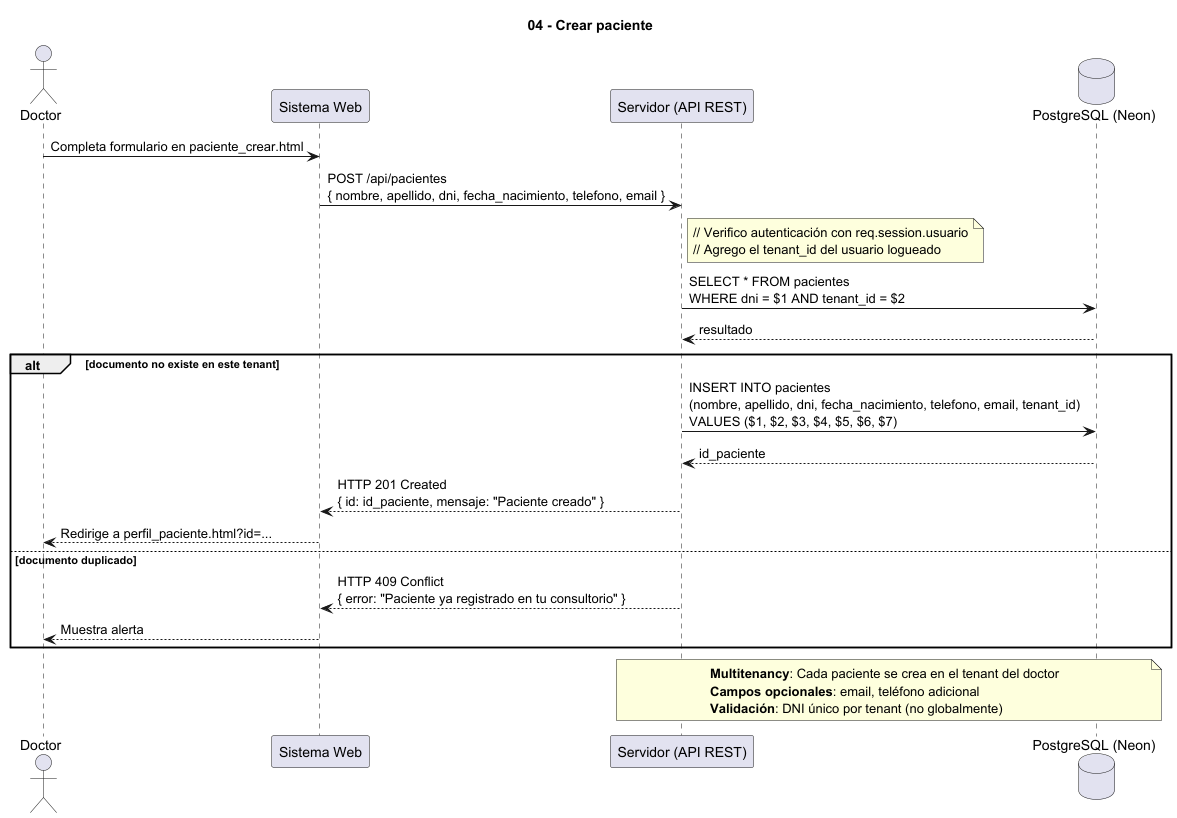
marcostoledo96/mvp_historias-clinicas keeps this PlantUML diagram as docs/Imagenes_UML/04_Crear_paciente.png. Above is the earlier version.
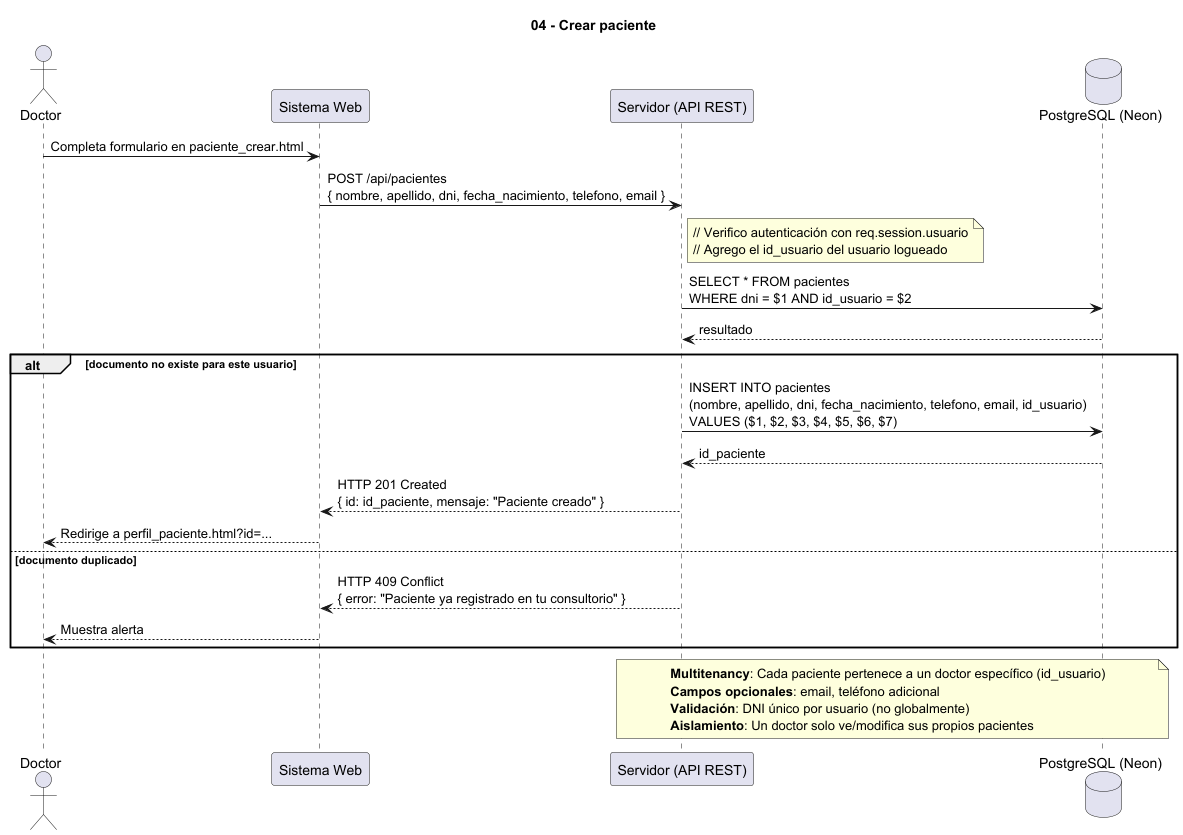
The same file after the commit.

What changed in the source:
```diff
@@ -11,14 +11,14 @@
 
 note right of Server
   // Verifico autenticación con req.session.usuario
-  // Agrego el tenant_id del usuario logueado
+  // Agrego el id_usuario del usuario logueado
 end note
 
-Server -> DB : SELECT * FROM pacientes\nWHERE dni = $1 AND tenant_id = $2
+Server -> DB : SELECT * FROM pacientes\nWHERE dni = $1 AND id_usuario = $2
 DB --> Server : resultado
 
-alt documento no existe en este tenant
-  Server -> DB : INSERT INTO pacientes\n(nombre, apellido, dni, fecha_nacimiento, telefono, email, tenant_id)\nVALUES ($1, $2, $3, $4, $5, $6, $7)
+alt documento no existe para este usuario
+  Server -> DB : INSERT INTO pacientes\n(nombre, apellido, dni, fecha_nacimiento, telefono, email, id_usuario)\nVALUES ($1, $2, $3, $4, $5, $6, $7)
   DB --> Server : id_paciente
 
   Server --> Web : HTTP 201 Created\n{ id: id_paciente, mensaje: "Paciente creado" }
@@ -30,9 +30,10 @@
 end
 
 note over Server, DB
-  **Multitenancy**: Cada paciente se crea en el tenant del doctor
+  **Multitenancy**: Cada paciente pertenece a un doctor específico (id_usuario)
   **Campos opcionales**: email, teléfono adicional
-  **Validación**: DNI único por tenant (no globalmente)
+  **Validación**: DNI único por usuario (no globalmente)
+  **Aislamiento**: Un doctor solo ve/modifica sus propios pacientes
 end note
 
 @enduml
```
